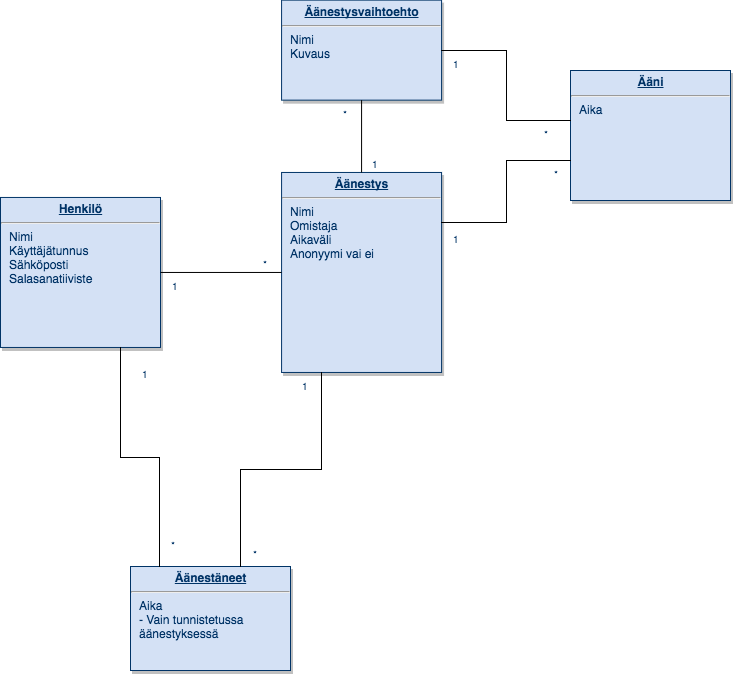
Above: doc/Käsitekaavio.png in rrrkkk/Tsoha-Bootstrap (draw.io), before the change. Source tidied: cells renumbered, new cells last; positions are measured from the earlier drawing's top-left corner, leaving out a move shared by most shapes.
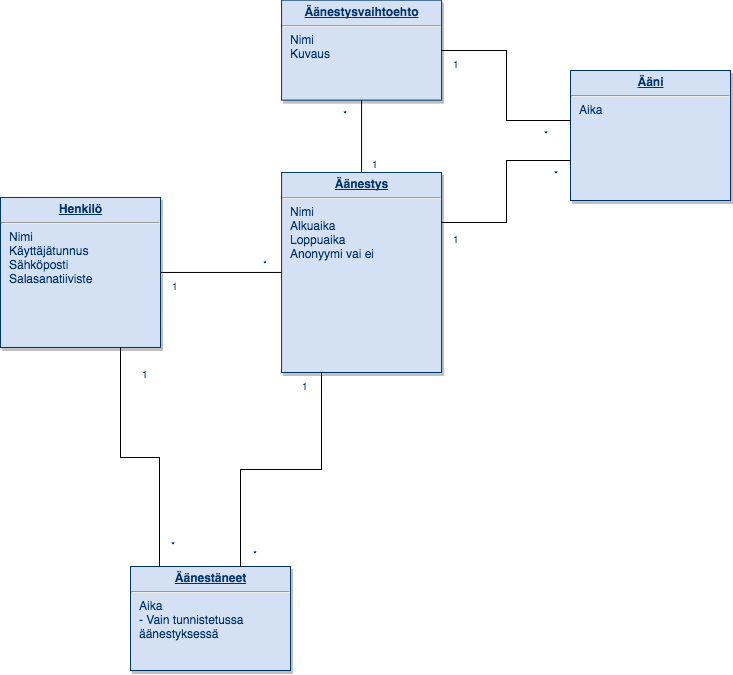
Later version of the same file.

The edit, as a diff of the source:
```diff
@@ -11,7 +11,7 @@
     <mxCell id="4" value="&lt;p style=&quot;margin: 0px ; margin-top: 4px ; text-align: center ; text-decoration: underline&quot;&gt;&lt;b&gt;Henkilö&lt;/b&gt;&lt;/p&gt;&lt;hr&gt;&lt;p style=&quot;margin: 0px ; margin-left: 8px&quot;&gt;Nimi&lt;/p&gt;&lt;p style=&quot;margin: 0px ; margin-left: 8px&quot;&gt;Käyttäjätunnus&lt;/p&gt;&lt;p style=&quot;margin: 0px ; margin-left: 8px&quot;&gt;Sähköposti&lt;/p&gt;&lt;p style=&quot;margin: 0px ; margin-left: 8px&quot;&gt;Salasanatiiviste&lt;/p&gt;&lt;p style=&quot;margin: 0px ; margin-left: 8px&quot;&gt;&lt;br&gt;&lt;/p&gt;&lt;p style=&quot;margin: 0px ; margin-left: 8px&quot;&gt;&lt;br&gt;&lt;/p&gt;" style="verticalAlign=top;align=left;overflow=fill;fontSize=12;fontFamily=Helvetica;html=1;strokeColor=#003366;shadow=1;fillColor=#D4E1F5;fontColor=#003366;" parent="1" vertex="1">
       <mxGeometry y="197" width="160" height="150" as="geometry" />
     </mxCell>
-    <mxCell id="5" value="&lt;p style=&quot;margin: 0px ; margin-top: 4px ; text-align: center ; text-decoration: underline&quot;&gt;&lt;b&gt;Äänestys&lt;/b&gt;&lt;/p&gt;&lt;hr&gt;&lt;p style=&quot;margin: 0px ; margin-left: 8px&quot;&gt;&lt;span&gt;Nimi&lt;/span&gt;&lt;/p&gt;&lt;p style=&quot;margin: 0px ; margin-left: 8px&quot;&gt;Omistaja&lt;/p&gt;&lt;p style=&quot;margin: 0px ; margin-left: 8px&quot;&gt;Aikaväli&lt;/p&gt;&lt;p style=&quot;margin: 0px ; margin-left: 8px&quot;&gt;Anonyymi vai ei&lt;/p&gt;" style="verticalAlign=top;align=left;overflow=fill;fontSize=12;fontFamily=Helvetica;html=1;strokeColor=#003366;shadow=1;fillColor=#D4E1F5;fontColor=#003366;" parent="1" vertex="1">
+    <mxCell id="5" value="&lt;p style=&quot;margin: 0px ; margin-top: 4px ; text-align: center ; text-decoration: underline&quot;&gt;&lt;b&gt;Äänestys&lt;/b&gt;&lt;/p&gt;&lt;hr&gt;&lt;p style=&quot;margin: 0px ; margin-left: 8px&quot;&gt;&lt;span&gt;Nimi&lt;/span&gt;&lt;/p&gt;&lt;p style=&quot;margin: 0px ; margin-left: 8px&quot;&gt;Alkuaika&lt;/p&gt;&lt;p style=&quot;margin: 0px ; margin-left: 8px&quot;&gt;Loppuaika&lt;/p&gt;&lt;p style=&quot;margin: 0px ; margin-left: 8px&quot;&gt;Anonyymi vai ei&lt;/p&gt;" style="verticalAlign=top;align=left;overflow=fill;fontSize=12;fontFamily=Helvetica;html=1;strokeColor=#003366;shadow=1;fillColor=#D4E1F5;fontColor=#003366;" parent="1" vertex="1">
       <mxGeometry x="281.1" y="172" width="160" height="200" as="geometry" />
     </mxCell>
     <mxCell id="6" value="&lt;p style=&quot;margin: 0px ; margin-top: 4px ; text-align: center ; text-decoration: underline&quot;&gt;&lt;b&gt;Äänestäneet&lt;/b&gt;&lt;/p&gt;&lt;hr&gt;&lt;p style=&quot;margin: 0px ; margin-left: 8px&quot;&gt;&lt;span&gt;Aika&lt;/span&gt;&lt;/p&gt;&lt;p style=&quot;margin: 0px ; margin-left: 8px&quot;&gt;- Vain tunnistetussa&amp;nbsp;&lt;/p&gt;&lt;p style=&quot;margin: 0px ; margin-left: 8px&quot;&gt;äänestyksessä&lt;/p&gt;" style="verticalAlign=top;align=left;overflow=fill;fontSize=12;fontFamily=Helvetica;html=1;strokeColor=#003366;shadow=1;fillColor=#D4E1F5;fontColor=#003366;" parent="1" vertex="1">
```
